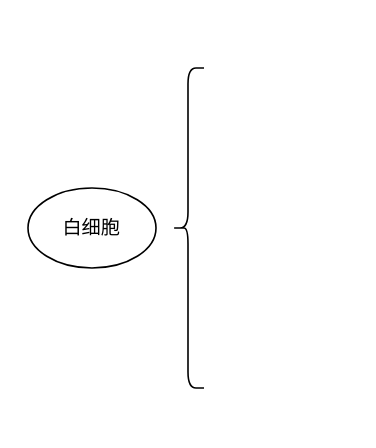
Before: 细胞的分类.drawio in bluefantasy2014/draw.io, a draw.io diagram. Source tidied: cells renumbered, new cells numbered last; positions are measured from the earlier drawing's top-left corner, leaving out a move shared by most shapes. Both pictures are drawn from the tidied source at 160%, with x=0, y=0 at pixel (27, 67).
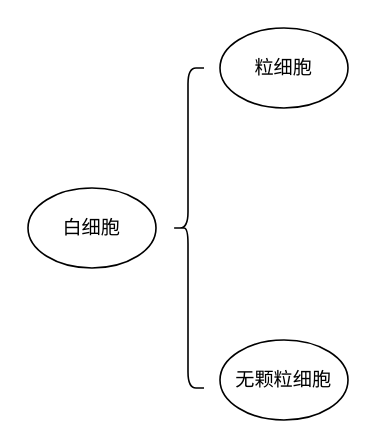
The same diagram, later.

Commit message (it also covers changes not shown here):
Update 细胞的分类.drawio

The edit, as a diff of the source:
```diff
@@
 <mxGraphModel>
   <root>
     <mxCell id="0" />
     <mxCell id="1" parent="0" />
     <mxCell id="2" style="shape=curlyBracket;whiteSpace=wrap;html=1;rounded=1;" parent="1" vertex="1">
       <mxGeometry x="90" width="20" height="200" as="geometry" />
     </mxCell>
     <mxCell id="3" value="白细胞" style="ellipse;whiteSpace=wrap;html=1;" parent="1" vertex="1">
       <mxGeometry y="75" width="80" height="50" as="geometry" />
     </mxCell>
+    <mxCell id="4" value="粒细胞" style="ellipse;whiteSpace=wrap;html=1;" parent="1" vertex="1">
+      <mxGeometry x="120" y="-25" width="80" height="50" as="geometry" />
+    </mxCell>
+    <mxCell id="5" value="无颗粒细胞" style="ellipse;whiteSpace=wrap;html=1;" parent="1" vertex="1">
+      <mxGeometry x="120" y="170" width="80" height="50" as="geometry" />
+    </mxCell>
   </root>
 </mxGraphModel>
```
